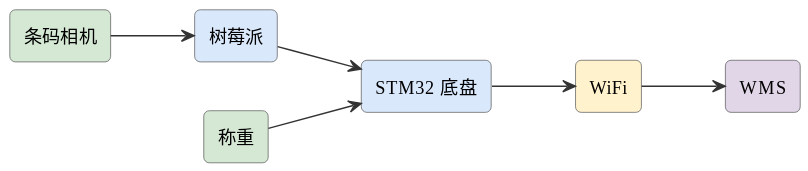
The PlantUML diagram assets/diagrams/ideas-fig69.svg in mingyi0818/IntelligentMcuCourse, before a commit.
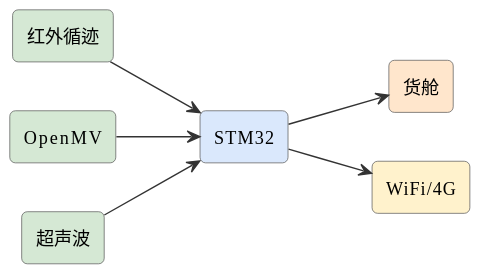
Above is the later version.

The edit, as a diff of the source:
```diff
@@ -6,15 +6,15 @@
 skinparam arrowFontSize 11
 skinparam arrowColor #333
 left to right direction
-rectangle "条码相机" as cam #d5e8d4
-rectangle "树莓派" as pi #dae8fc
-rectangle "STM32 底盘" as stm #dae8fc
-rectangle "称重" as w #d5e8d4
-rectangle "WiFi" as net #fff2cc
-rectangle "WMS" as cloud #e1d5e8
-cam --> pi
-pi --> stm
-w --> stm
+rectangle "红外循迹" as ir #d5e8d4
+rectangle "OpenMV" as cam #d5e8d4
+rectangle "STM32" as stm #dae8fc
+rectangle "超声波" as ult #d5e8d4
+rectangle "货舱" as box #ffe6cc
+rectangle "WiFi/4G" as net #fff2cc
+ir --> stm
+cam --> stm
+ult --> stm
+stm --> box
 stm --> net
-net --> cloud
 @enduml
```
